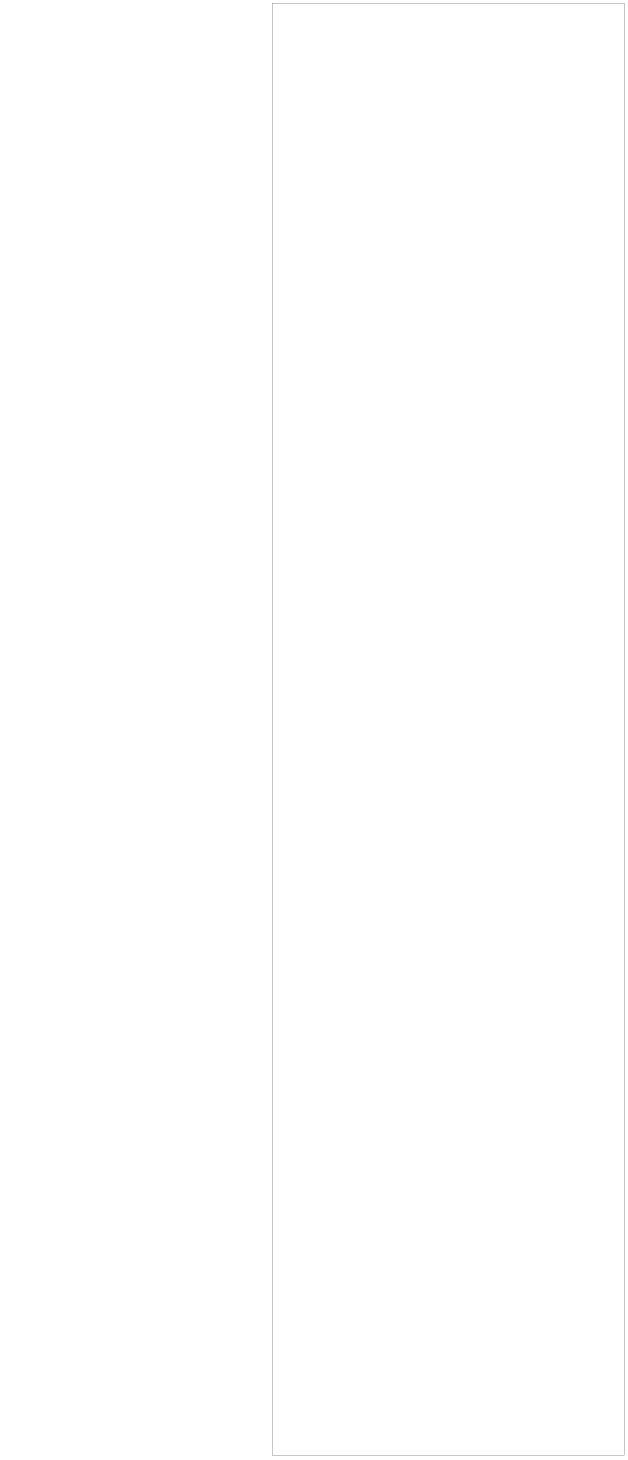
Above: PCC/PENDAS - Layout Sidang.drawio in ImNotDanish05/File (draw.io), before the change. Source tidied: cells renumbered, new cells numbered last; positions are measured from the earlier drawing's top-left corner, leaving out a move shared by most shapes. Both pictures are drawn from the tidied source at 22%, with x=0, y=0 at pixel (272, 4).
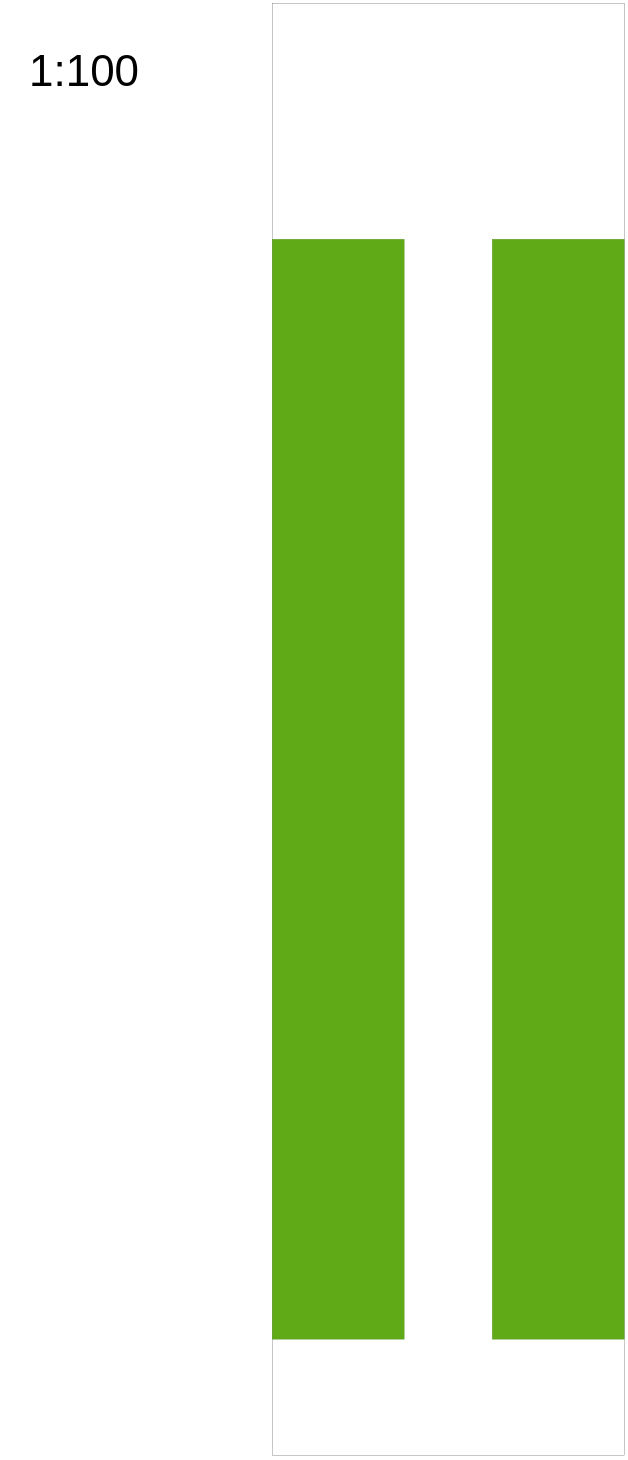
The same page after the edit.

Change to the diagram source:
```diff
@@
 <mxGraphModel>
   <root>
     <mxCell id="0" />
     <mxCell id="1" parent="0" />
     <mxCell id="2" style="rounded=0;whiteSpace=wrap;html=1;" parent="1" vertex="1">
       <mxGeometry width="1600" height="6600" as="geometry" />
     </mxCell>
+    <mxCell id="3" value="1:100" style="text;html=1;align=center;verticalAlign=middle;whiteSpace=wrap;rounded=0;fontSize=200;" parent="1" vertex="1">
+      <mxGeometry x="-1220" y="130" width="730" height="350" as="geometry" />
+    </mxCell>
+    <mxCell id="4" style="rounded=0;whiteSpace=wrap;html=1;fillColor=#60a917;fontColor=#ffffff;strokeColor=#2D7600;" parent="1" vertex="1">
+      <mxGeometry y="1070" width="600" height="5000" as="geometry" />
+    </mxCell>
+    <mxCell id="5" style="rounded=0;whiteSpace=wrap;html=1;fillColor=#60a917;fontColor=#ffffff;strokeColor=#2D7600;" parent="1" vertex="1">
+      <mxGeometry x="1000" y="1070" width="600" height="5000" as="geometry" />
+    </mxCell>
   </root>
 </mxGraphModel>
```
